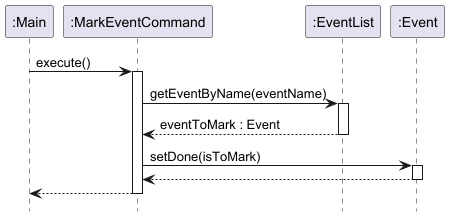
Above: docs/images/MarkEventSequenceDiagram.png in nus-cs2113-AY2425S1/tp (PlantUML), before the change.
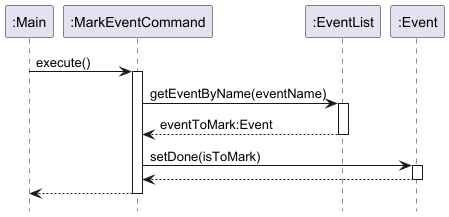
After the commit.

Change to the diagram source:
```diff
@@ -13,7 +13,7 @@
 markCommand -> eventList : getEventByName(eventName)
 activate eventList
 
-eventList --> markCommand : eventToMark : Event
+eventList --> markCommand : eventToMark:Event
 deactivate eventList
 
 markCommand -> event : setDone(isToMark)
```
